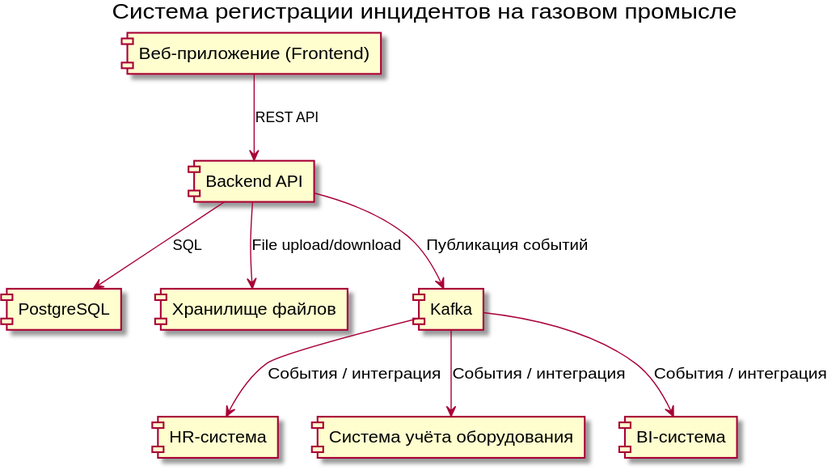
Above: docs/diagrams/diagram_1.svg in shutova-olga/saba-0625 (PlantUML), before the change.
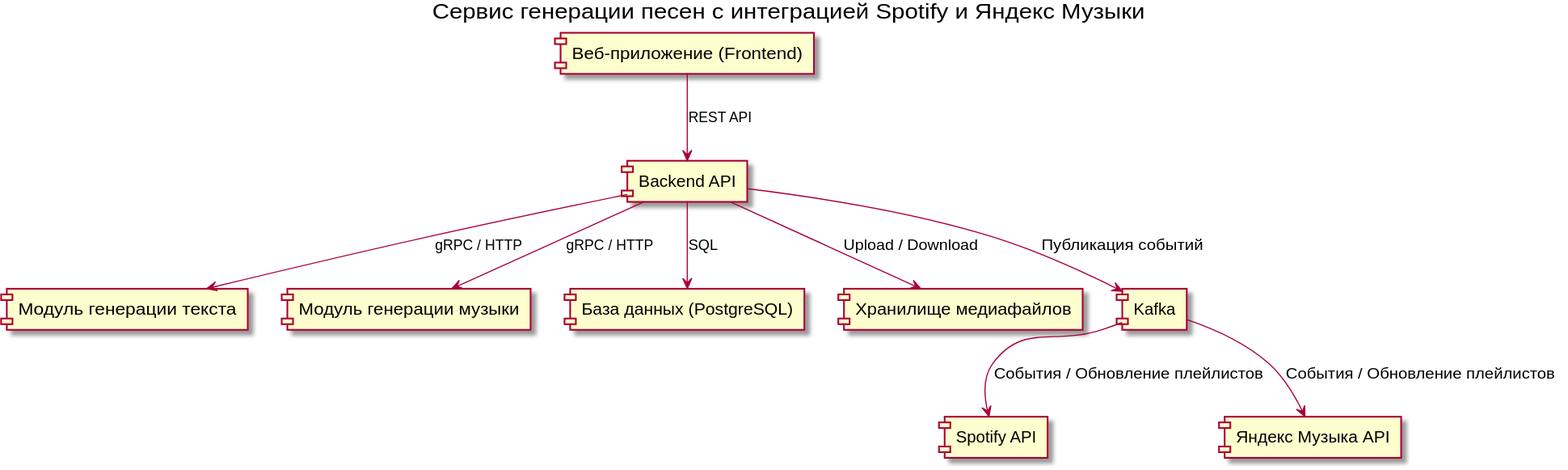
The same diagram one commit later.

Change to the diagram source:
```diff
@@ -1,21 +1,24 @@
 @startuml
-title Система регистрации инцидентов на газовом промысле
+title Сервис генерации песен с интеграцией Spotify и Яндекс Музыки
 
 component "Веб-приложение (Frontend)" as FE
 component "Backend API" as API
-component "PostgreSQL" as DB
-component "Хранилище файлов" as FS
+component "Модуль генерации текста" as LyricsGen
+component "Модуль генерации музыки" as MusicGen
+component "База данных (PostgreSQL)" as DB
+component "Хранилище медиафайлов" as MediaStore
 component "Kafka" as Kafka
-component "HR-система" as HR
-component "Система учёта оборудования" as EQ
-component "BI-система" as BI
+component "Spotify API" as Spotify
+component "Яндекс Музыка API" as YandexMusic
 
 FE --> API : REST API
+API --> LyricsGen : gRPC / HTTP
+API --> MusicGen : gRPC / HTTP
 API --> DB : SQL
-API --> FS : File upload/download
+API --> MediaStore : Upload / Download
 API --> Kafka : Публикация событий
-Kafka --> HR : События / интеграция
-Kafka --> EQ : События / интеграция
-Kafka --> BI : События / интеграция
+
+Kafka --> Spotify : События / Обновление плейлистов
+Kafka --> YandexMusic : События / Обновление плейлистов
 
 @enduml
```
